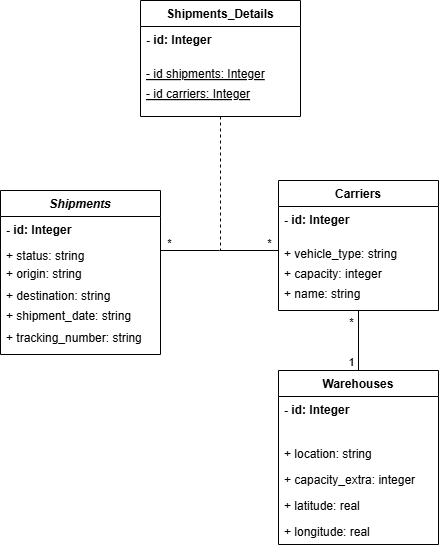
Before: UML G21.png, a diagram exported from draw.io (Henrique-Cunha17/g21_project). Source tidied: cells renumbered, new cells last; positions are measured from the earlier drawing's top-left corner, leaving out a move shared by most shapes.
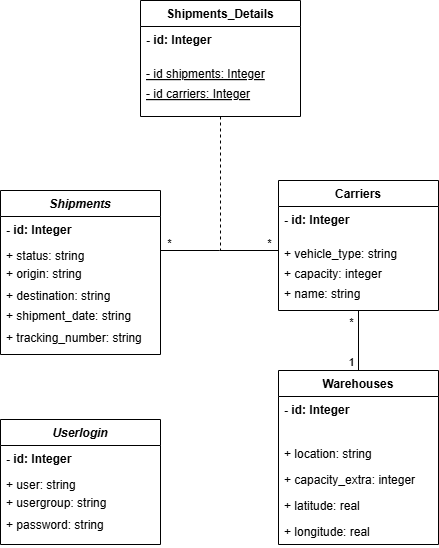
After the change.

Commit message:
UML UserLogin

Change to the diagram source:
```diff
@@ -101,5 +101,20 @@
         <mxPoint x="-2" y="-3" as="offset" />
       </mxGeometry>
     </mxCell>
+    <mxCell id="31" value="Userlogin" style="swimlane;fontStyle=3;align=center;verticalAlign=top;horizontal=1;startSize=26;rounded=0;shadow=0;strokeWidth=1;" parent="1" vertex="1">
+      <mxGeometry y="419" width="160" height="125" as="geometry" />
+    </mxCell>
+    <mxCell id="32" value="- id: Integer" style="text;align=left;verticalAlign=top;spacingLeft=4;spacingRight=4;overflow=hidden;fontStyle=1;" parent="31" vertex="1">
+      <mxGeometry y="26" width="160" height="26" as="geometry" />
+    </mxCell>
+    <mxCell id="33" value="+ user: string" style="text;align=left;verticalAlign=top;spacingLeft=4;spacingRight=4;overflow=hidden;rounded=0;shadow=0;html=0;" parent="31" vertex="1">
+      <mxGeometry y="52" width="160" height="18" as="geometry" />
+    </mxCell>
+    <mxCell id="34" value="+ usergroup: string" style="text;align=left;verticalAlign=top;spacingLeft=4;spacingRight=4;overflow=hidden;fontStyle=0;" parent="31" vertex="1">
+      <mxGeometry y="70" width="160" height="22" as="geometry" />
+    </mxCell>
+    <mxCell id="35" value="+ password: string" style="text;align=left;verticalAlign=top;spacingLeft=4;spacingRight=4;overflow=hidden;" parent="31" vertex="1">
+      <mxGeometry y="92" width="160" height="20" as="geometry" />
+    </mxCell>
   </root>
 </mxGraphModel>
```
